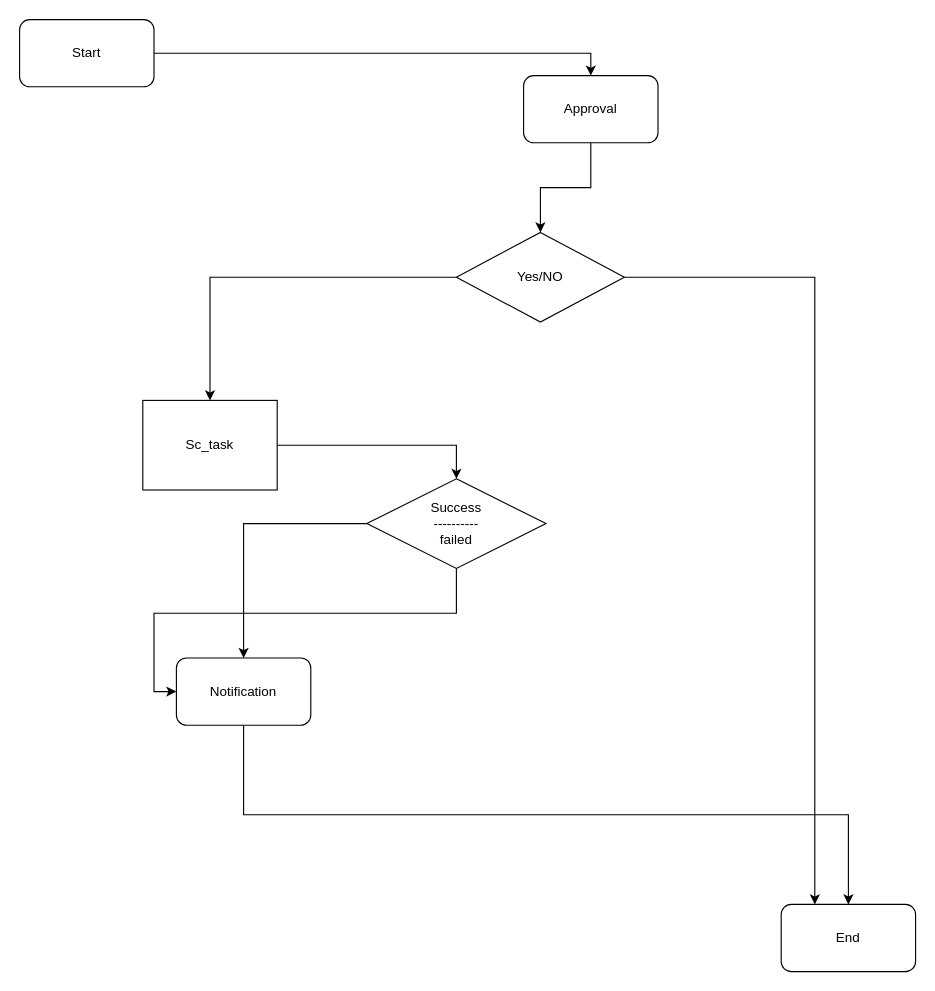
The draw.io diagram Untitled Diagram.drawio in Abhijeetsinha471/ass2, before the edit. Source tidied: cells renumbered, new cells numbered last; positions are measured from the earlier drawing's top-left corner, leaving out a move shared by most shapes. Both pictures are drawn from the tidied source at 112%, with x=0, y=0 at pixel (19, 19).
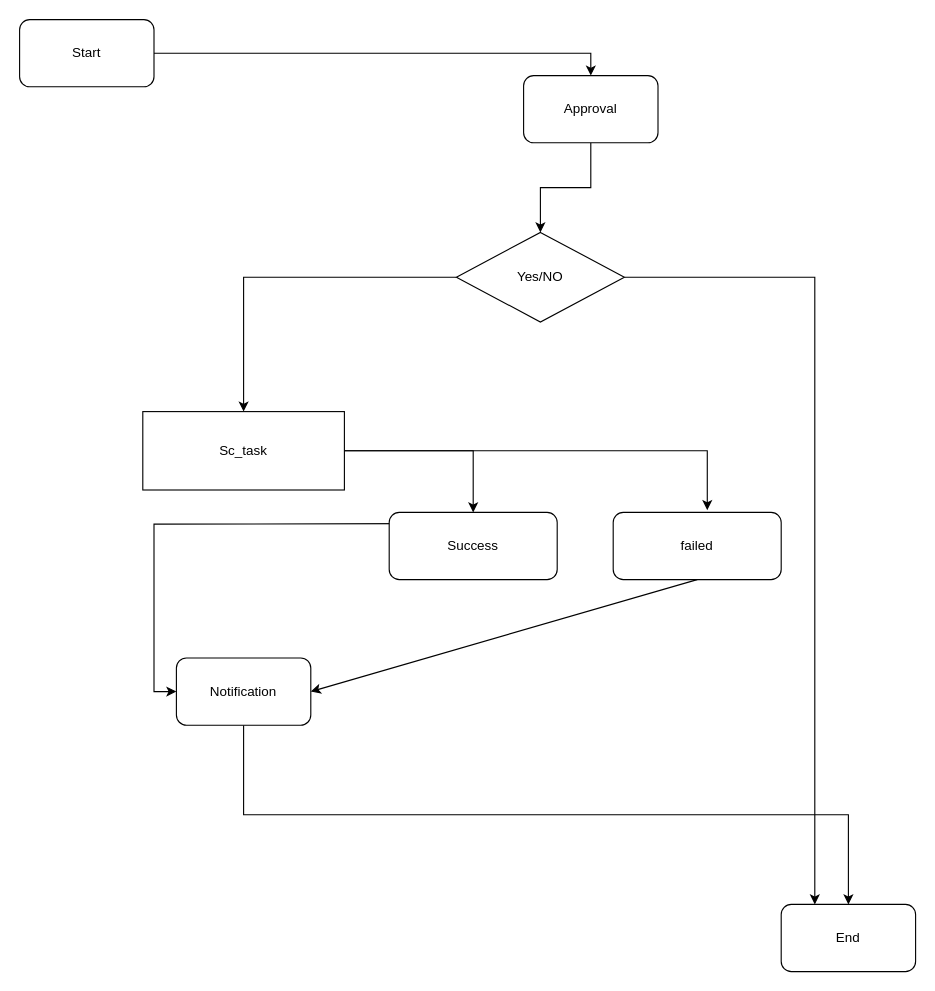
The same page after the edit.

The edit, as a diff of the source:
```diff
@@
 <mxGraphModel>
   <root>
     <mxCell id="0" />
     <mxCell id="1" parent="0" />
     <mxCell id="2" style="edgeStyle=orthogonalEdgeStyle;rounded=0;jettySize=auto;html=1;exitX=1;exitY=0.5;exitDx=0;exitDy=0;entryX=0.5;entryY=0;entryDx=0;entryDy=0;" parent="1" edge="1" source="3" target="8">
       <mxGeometry relative="1" as="geometry" />
     </mxCell>
     <mxCell id="3" value="Start" style="rounded=1;whiteSpace=wrap;html=1;" parent="1" vertex="1">
       <mxGeometry width="120" height="60" as="geometry" />
     </mxCell>
     <mxCell id="4" style="edgeStyle=orthogonalEdgeStyle;rounded=0;jettySize=auto;html=1;exitX=0;exitY=0.5;exitDx=0;exitDy=0;" parent="1" edge="1" source="6" target="12">
       <mxGeometry relative="1" as="geometry" />
     </mxCell>
     <mxCell id="5" style="edgeStyle=orthogonalEdgeStyle;rounded=0;jettySize=auto;html=1;exitX=1;exitY=0.5;exitDx=0;exitDy=0;entryX=0.25;entryY=0;entryDx=0;entryDy=0;" parent="1" edge="1" source="6" target="17">
       <mxGeometry relative="1" as="geometry" />
     </mxCell>
     <mxCell id="6" value="Yes/NO" style="rhombus;whiteSpace=wrap;html=1;" parent="1" vertex="1">
       <mxGeometry x="390" y="190" width="150" height="80" as="geometry" />
     </mxCell>
     <mxCell id="7" style="edgeStyle=orthogonalEdgeStyle;rounded=0;jettySize=auto;html=1;" parent="1" edge="1" source="8" target="6">
       <mxGeometry relative="1" as="geometry" />
     </mxCell>
     <mxCell id="8" value="Approval" style="rounded=1;whiteSpace=wrap;html=1;" parent="1" vertex="1">
       <mxGeometry x="450" y="50" width="120" height="60" as="geometry" />
     </mxCell>
     <mxCell id="9" style="edgeStyle=orthogonalEdgeStyle;rounded=0;jettySize=auto;html=1;exitX=0.5;exitY=1;exitDx=0;exitDy=0;" parent="1" edge="1" source="10" target="17">
       <mxGeometry relative="1" as="geometry" />
     </mxCell>
     <mxCell id="10" value="Notification" style="rounded=1;whiteSpace=wrap;html=1;" parent="1" vertex="1">
       <mxGeometry x="140" y="570" width="120" height="60" as="geometry" />
     </mxCell>
-    <mxCell id="11" style="edgeStyle=orthogonalEdgeStyle;rounded=0;jettySize=auto;html=1;entryX=0.5;entryY=0;entryDx=0;entryDy=0;" parent="1" edge="1" source="12" target="15">
-      <mxGeometry relative="1" as="geometry" />
-    </mxCell>
     <mxCell id="12" value="Sc_task" style="rounded=0;whiteSpace=wrap;html=1;" parent="1" vertex="1">
-      <mxGeometry x="110" y="340" width="120" height="80" as="geometry" />
+      <mxGeometry x="110" y="350" width="180" height="70" as="geometry" />
     </mxCell>
-    <mxCell id="13" style="edgeStyle=orthogonalEdgeStyle;rounded=0;jettySize=auto;html=1;entryX=0.5;entryY=0;entryDx=0;entryDy=0;" parent="1" edge="1" source="15" target="10">
-      <mxGeometry relative="1" as="geometry" />
-    </mxCell>
-    <mxCell id="14" style="edgeStyle=orthogonalEdgeStyle;rounded=0;jettySize=auto;html=1;exitX=0.5;exitY=1;exitDx=0;exitDy=0;entryX=0;entryY=0.5;entryDx=0;entryDy=0;" parent="1" edge="1" source="15" target="10">
-      <mxGeometry relative="1" as="geometry" />
+    <mxCell id="14" style="edgeStyle=orthogonalEdgeStyle;rounded=0;jettySize=auto;html=1;exitX=0.5;exitY=1;exitDx=0;exitDy=0;entryX=0;entryY=0.5;entryDx=0;entryDy=0;" parent="1" edge="1" target="10">
+      <mxGeometry relative="1" as="geometry">
+        <mxPoint x="350" y="450" as="sourcePoint" />
+      </mxGeometry>
     </mxCell>
-    <mxCell id="15" style="rhombus;whiteSpace=wrap;html=1;" parent="1" vertex="1">
-      <mxGeometry x="310" y="410" width="160" height="80" as="geometry" />
-    </mxCell>
-    <mxCell id="16" value="Success&lt;br&gt;----------&lt;br&gt;failed" style="text;html=1;strokeColor=none;fillColor=none;align=center;verticalAlign=middle;whiteSpace=wrap;rounded=0;" parent="1" vertex="1">
-      <mxGeometry x="360" y="435" width="60" height="30" as="geometry" />
-    </mxCell>
     <mxCell id="17" value="End" style="rounded=1;whiteSpace=wrap;html=1;" parent="1" vertex="1">
       <mxGeometry x="680" y="790" width="120" height="60" as="geometry" />
     </mxCell>
+    <mxCell id="18" value="Success" style="rounded=1;whiteSpace=wrap;html=1;" parent="1" vertex="1">
+      <mxGeometry x="330" y="440" width="150" height="60" as="geometry" />
+    </mxCell>
+    <mxCell id="19" style="rounded=0;jettySize=auto;html=1;entryX=1;entryY=0.5;entryDx=0;entryDy=0;exitX=0.5;exitY=1;exitDx=0;exitDy=0;" parent="1" edge="1" source="20" target="10">
+      <mxGeometry relative="1" as="geometry" />
+    </mxCell>
+    <mxCell id="20" value="failed" style="rounded=1;whiteSpace=wrap;html=1;" parent="1" vertex="1">
+      <mxGeometry x="530" y="440" width="150" height="60" as="geometry" />
+    </mxCell>
+    <mxCell id="21" style="edgeStyle=orthogonalEdgeStyle;rounded=0;jettySize=auto;html=1;exitX=1;exitY=0.5;exitDx=0;exitDy=0;entryX=0.5;entryY=0;entryDx=0;entryDy=0;" parent="1" edge="1" source="12" target="18">
+      <mxGeometry relative="1" as="geometry" />
+    </mxCell>
+    <mxCell id="22" style="edgeStyle=orthogonalEdgeStyle;rounded=0;jettySize=auto;html=1;entryX=0.56;entryY=-0.033;entryDx=0;entryDy=0;entryPerimeter=0;" parent="1" edge="1" source="12" target="20">
+      <mxGeometry relative="1" as="geometry" />
+    </mxCell>
   </root>
 </mxGraphModel>
```
